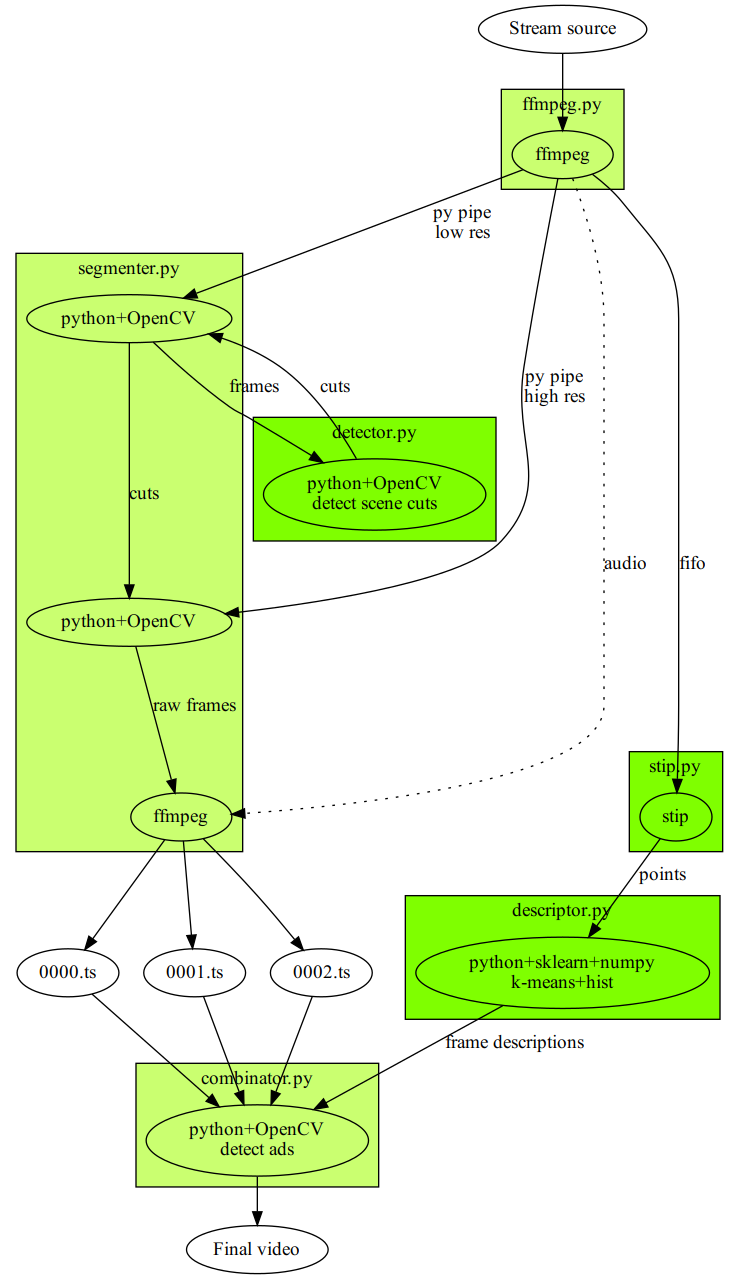
The Graphviz diagram graph.png in ilyaluk/detect_ads, before a commit. Its source is kept beside it as graph.gv.
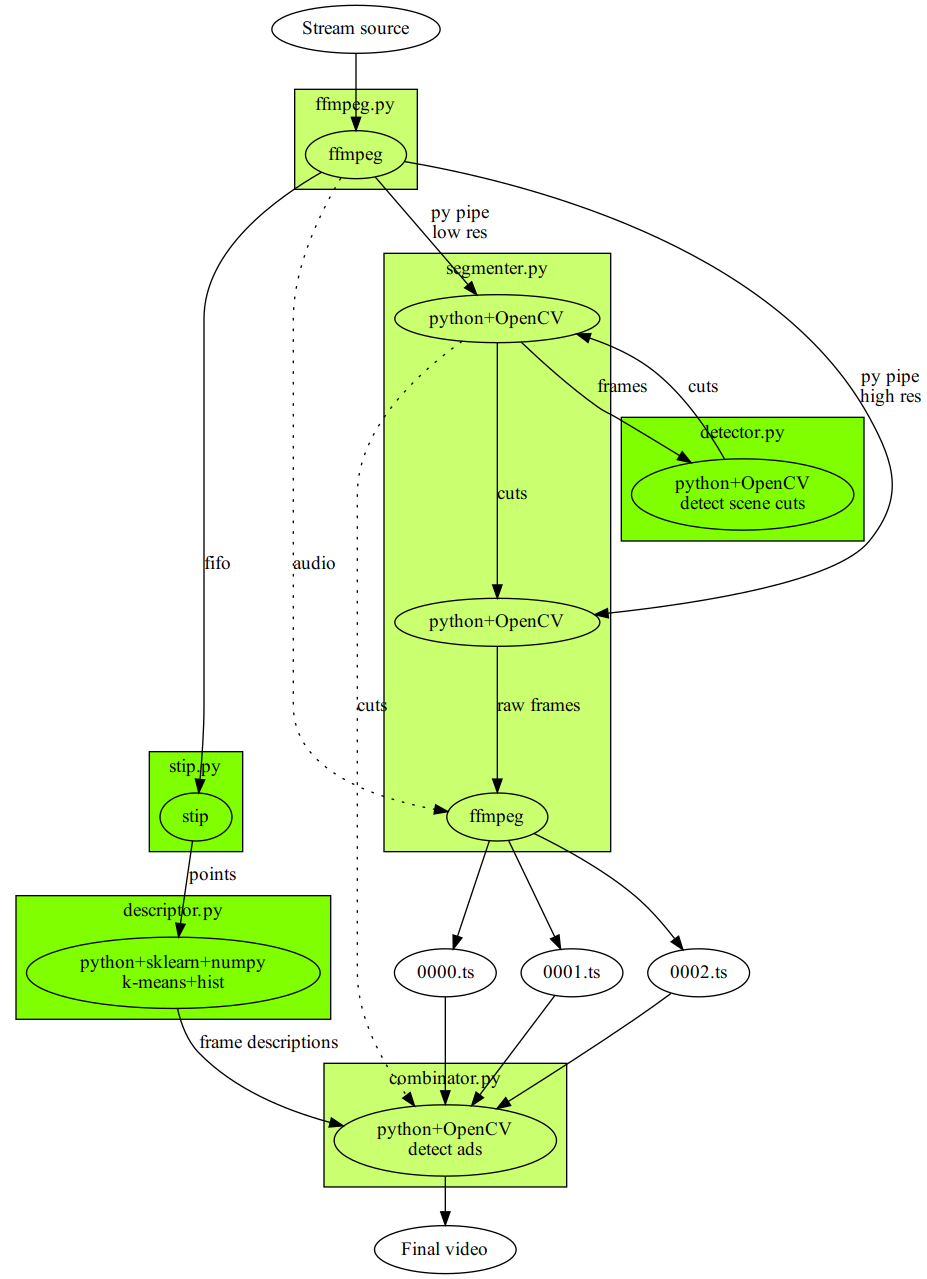
After the commit.

What changed in the source:
```diff
@@ -46,6 +46,7 @@
 	d0 -> f0[label="frames"];
 	f0 -> d0[label="cuts"];
 	a0 -> d2[label="audio",style="dotted"]
+	d0 -> e0[label="cuts",style="dotted"]
 	d3[label="0000.ts"];
 	d4[label="0001.ts"];
 	d5[label="0002.ts"];
```
